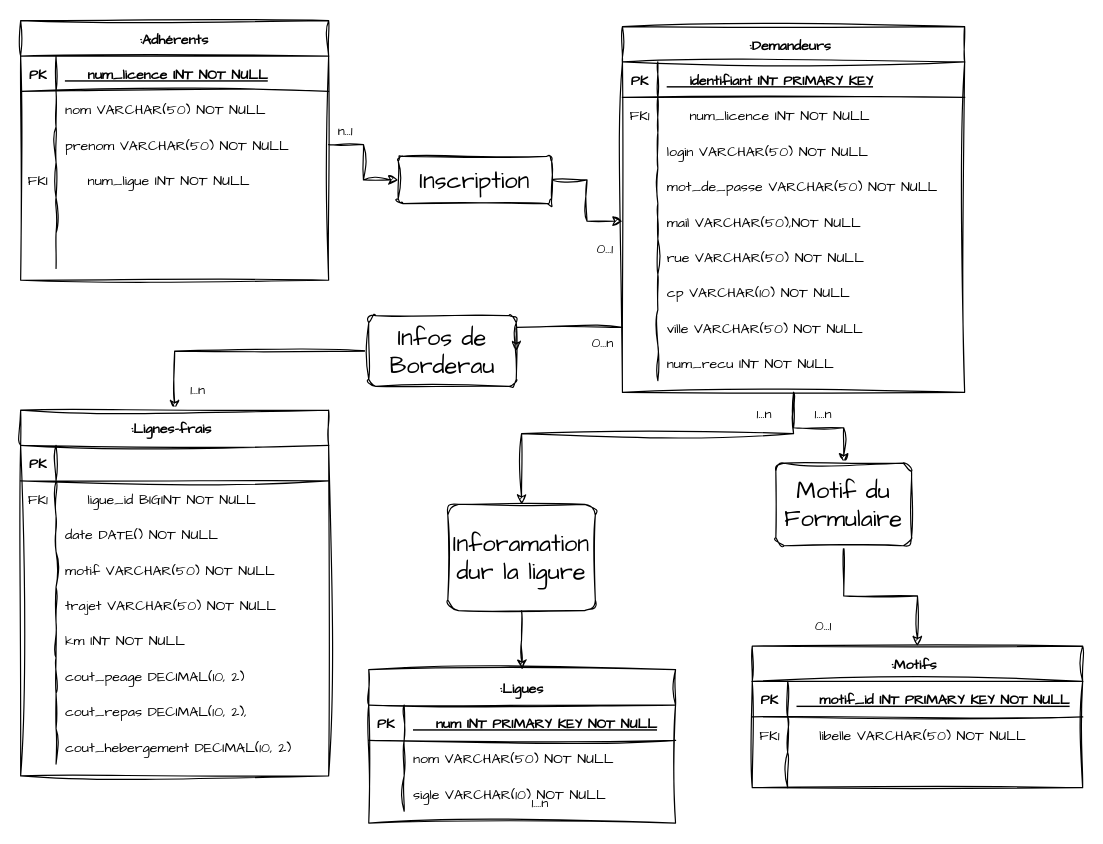
This is MCD.drawio from PlumCreativ/NoteDeFrais, a draw.io file, before an edit. Source tidied: cells renumbered, new cells numbered last; positions are measured from the earlier drawing's top-left corner, leaving out a move shared by most shapes. Both pictures are drawn from the tidied source at 118%, with x=0, y=0 at pixel (20, 20).
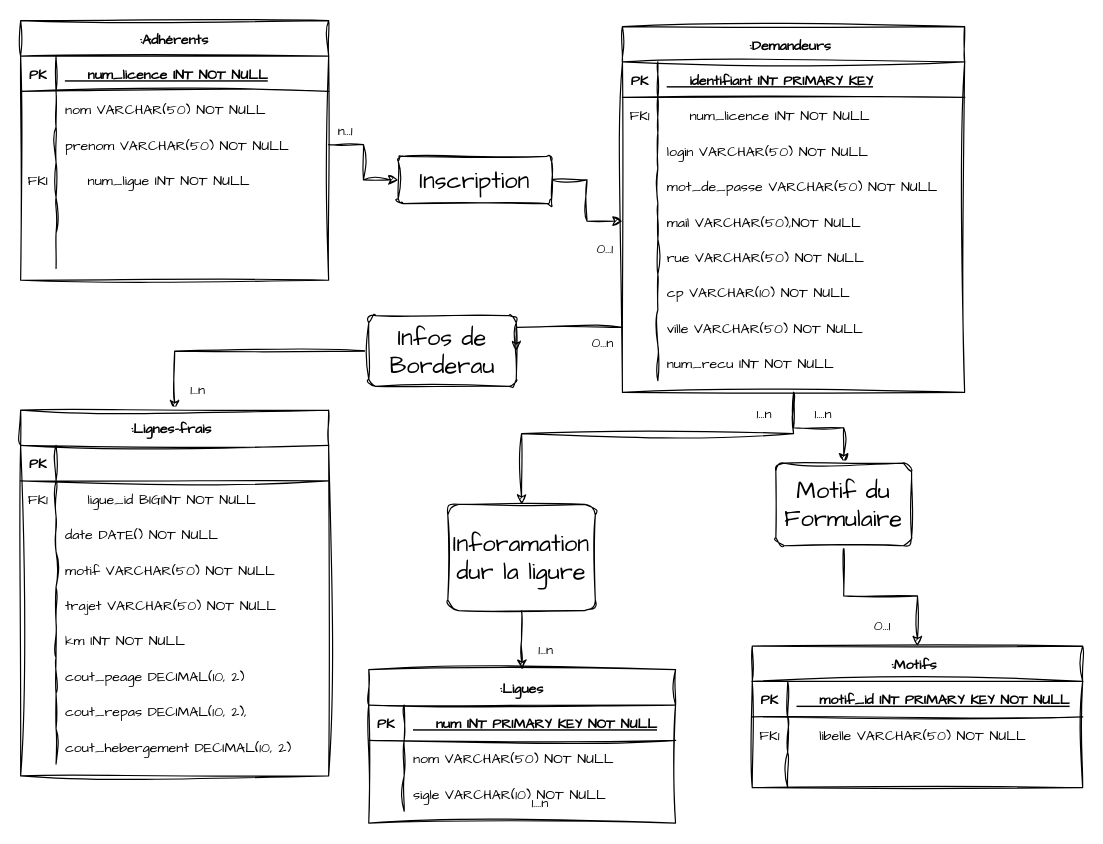
Above is the later version.

Commit message:
Mettre à jour MCD.drawio

Diff of the diagram source:
```diff
@@
     <mxCell id="104" value="&lt;font style=&quot;font-size: 12px;&quot;&gt;0...1&lt;/font&gt;" style="text;html=1;align=center;verticalAlign=middle;strokeColor=none;fillColor=none;fontSize=20;fontFamily=Architects Daughter;" parent="1" vertex="1">
-      <mxGeometry x="660" y="490" width="40" height="40" as="geometry" />
+      <mxGeometry x="710" y="490" width="40" height="40" as="geometry" />
     </mxCell>
@@
+    <mxCell id="117" value="&lt;font style=&quot;font-size: 12px;&quot;&gt;1...n&lt;/font&gt;" style="text;html=1;align=center;verticalAlign=middle;strokeColor=none;fillColor=none;fontSize=20;fontFamily=Architects Daughter;" parent="1" vertex="1">
+      <mxGeometry x="425" y="510" width="40" height="40" as="geometry" />
+    </mxCell>
```
